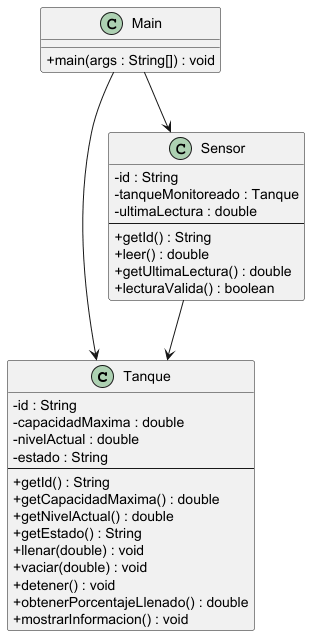
This is docs/uml-inicial.png from alespyba1/sistema-monitoreo-java, a PlantUML export, as it was before one commit.
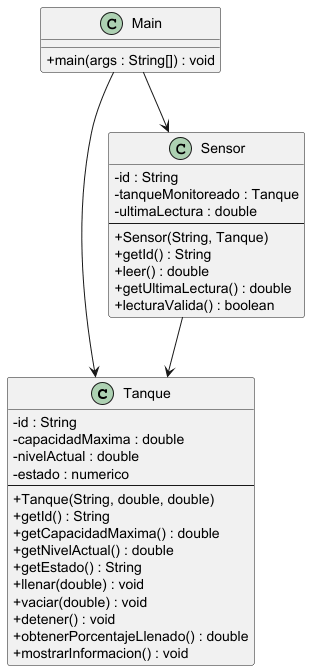
Later version of the same file.

Change to the diagram source:
```diff
@@ -5,8 +5,9 @@
   - id : String
   - capacidadMaxima : double
   - nivelActual : double
-  - estado : String
+  - estado : numerico
   --
+  + Tanque(String, double, double)
   + getId() : String
   + getCapacidadMaxima() : double
   + getNivelActual() : double
@@ -23,6 +24,7 @@
   - tanqueMonitoreado : Tanque
   - ultimaLectura : double
   --
+  + Sensor(String, Tanque)
   + getId() : String
   + leer() : double
   + getUltimaLectura() : double
```
